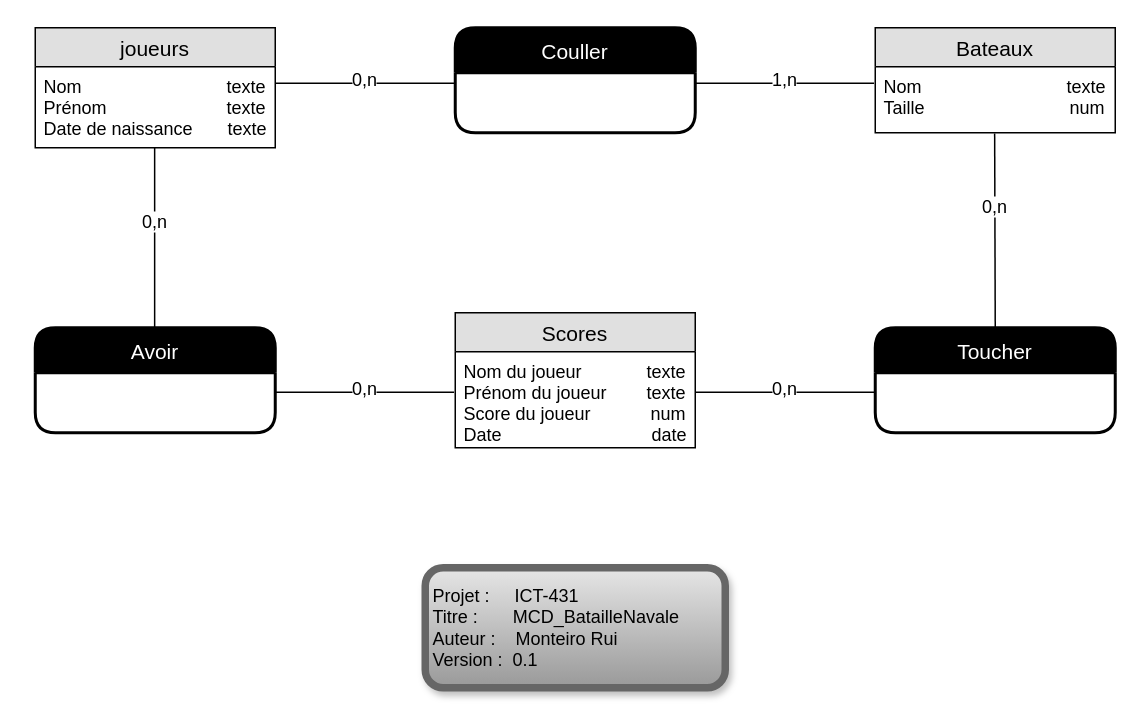
Before: Documentation/MCD_Bataille Navale.drawio in Ruimmp/BatailleNavale, a draw.io diagram. Source tidied: cells renumbered, new cells numbered last; positions are measured from the earlier drawing's top-left corner, leaving out a move shared by most shapes. Both pictures are drawn from the tidied source at 150%, with x=0, y=0 at pixel (34, 27).
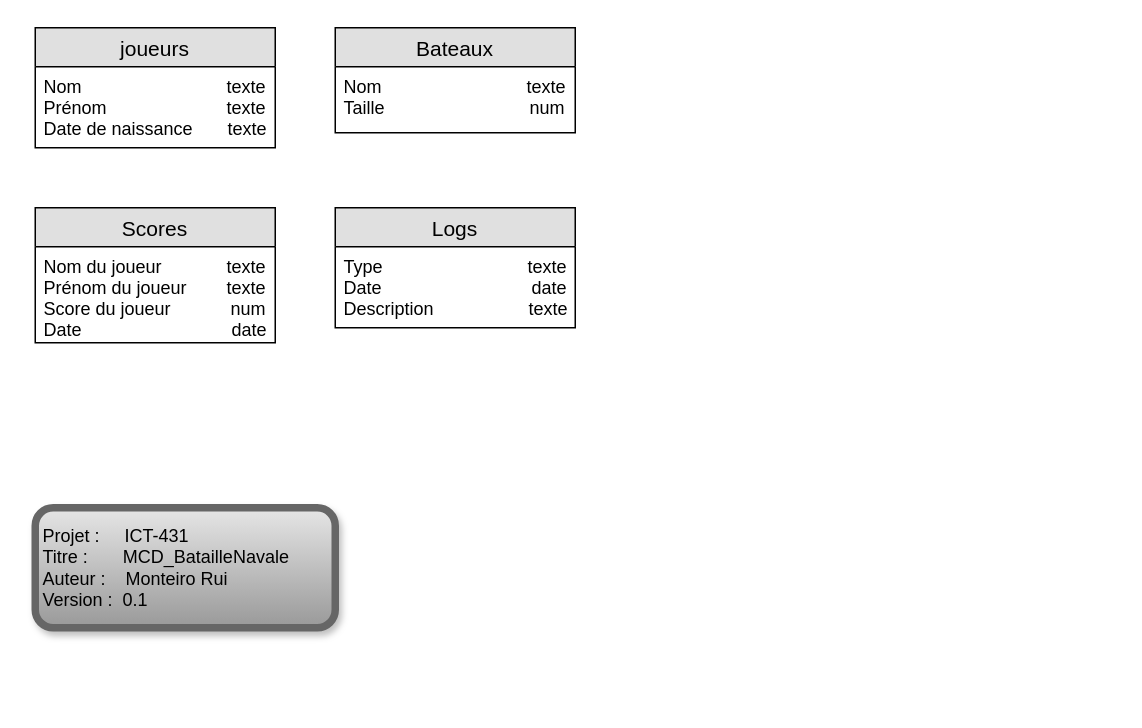
Above is the later version.

Unchanged cells that the change refers to:
```xml
<mxCell id="5" value="Nom du joueur             texte&#10;Prénom du joueur        texte&#10;Score du joueur            num&#10;Date                              date&#10;" style="text;strokeColor=none;fillColor=none;spacingLeft=4;spacingRight=4;overflow=hidden;points=[[0,0.5],[1,0.5]];portConstraint=eastwest;fontSize=12;" parent="4" vertex="1">
  <mxGeometry y="26" width="160" height="64" as="geometry" />
</mxCell>
```

The edit, as a diff of the source:
```diff
@@
     <mxCell id="4" value="Scores" style="swimlane;fontStyle=0;horizontal=1;startSize=26;fillColor=#e0e0e0;swimlaneFillColor=#ffffff;align=center;fontSize=14;fontColor=#000000;" parent="1" vertex="1">
-      <mxGeometry x="280" y="190" width="160" height="90" as="geometry" />
+      <mxGeometry y="120" width="160" height="90" as="geometry" />
     </mxCell>
@@
     <mxCell id="6" value="Bateaux" style="swimlane;fontStyle=0;horizontal=1;startSize=26;fillColor=#e0e0e0;swimlaneFillColor=#ffffff;align=center;fontSize=14;fontColor=#000000;" parent="1" vertex="1">
-      <mxGeometry x="560" width="160" height="70" as="geometry" />
+      <mxGeometry x="200" width="160" height="70" as="geometry" />
     </mxCell>
@@
     <mxCell id="8" value="&amp;nbsp;Projet :&amp;nbsp; &amp;nbsp; &amp;nbsp;ICT-431&lt;br&gt;&amp;nbsp;Titre :&amp;nbsp; &amp;nbsp; &amp;nbsp; &amp;nbsp;MCD_BatailleNavale&lt;br&gt;&amp;nbsp;Auteur :&amp;nbsp; &amp;nbsp; Monteiro Rui&lt;br&gt;&amp;nbsp;Version :&amp;nbsp; 0.1" style="whiteSpace=wrap;html=1;align=left;strokeColor=#666666;fillColor=#E6E6E6;gradientColor=#999999;strokeWidth=5;perimeterSpacing=0;rounded=1;shadow=1;sketch=0;glass=0;" parent="1" vertex="1">
-      <mxGeometry x="260" y="360" width="200" height="80" as="geometry" />
+      <mxGeometry y="320" width="200" height="80" as="geometry" />
     </mxCell>
-    <mxCell id="9" value="Avoir" style="swimlane;horizontal=1;startSize=30;fillColor=#000000;fontColor=#FFFFFF;rounded=1;fontSize=14;fontStyle=0;strokeWidth=2;shadow=0;dashed=0;align=center;" parent="1" vertex="1">
-      <mxGeometry y="200" width="160" height="70" as="geometry" />
-    </mxCell>
-    <mxCell id="10" style="endArrow=none;html=1;fontColor=#000000;entryX=-0.005;entryY=0.422;entryDx=0;entryDy=0;entryPerimeter=0;" parent="1" edge="1" target="5">
-      <mxGeometry relative="1" as="geometry">
-        <mxPoint x="160" y="243" as="sourcePoint" />
-      </mxGeometry>
-    </mxCell>
-    <mxCell id="11" value="&lt;span style=&quot;background-color: rgb(255 , 255 , 255)&quot;&gt;0,n&lt;/span&gt;" style="text;html=1;strokeColor=none;fillColor=none;align=center;verticalAlign=middle;whiteSpace=wrap;rounded=0;fontColor=#000000;" parent="1" vertex="1">
-      <mxGeometry x="200" y="231" width="40" height="20" as="geometry" />
-    </mxCell>
-    <mxCell id="12" value="Toucher" style="swimlane;horizontal=1;startSize=30;fillColor=#000000;fontColor=#FFFFFF;rounded=1;fontSize=14;fontStyle=0;strokeWidth=2;shadow=0;dashed=0;align=center;" parent="1" vertex="1">
-      <mxGeometry x="560" y="200" width="160" height="70" as="geometry" />
-    </mxCell>
-    <mxCell id="13" value="Couller" style="swimlane;horizontal=1;startSize=30;fillColor=#000000;fontColor=#FFFFFF;rounded=1;fontSize=14;fontStyle=0;strokeWidth=2;shadow=0;dashed=0;align=center;" parent="1" vertex="1">
-      <mxGeometry x="280" width="160" height="70" as="geometry" />
-    </mxCell>
-    <mxCell id="14" style="endArrow=none;html=1;fontColor=#000000;entryX=-0.005;entryY=0.422;entryDx=0;entryDy=0;entryPerimeter=0;" parent="1" edge="1">
-      <mxGeometry relative="1" as="geometry">
-        <mxPoint x="440" y="243" as="sourcePoint" />
-        <mxPoint x="559.2" y="243" as="targetPoint" />
-      </mxGeometry>
-    </mxCell>
-    <mxCell id="15" value="&lt;span style=&quot;background-color: rgb(255 , 255 , 255)&quot;&gt;0,n&lt;/span&gt;" style="text;html=1;strokeColor=none;fillColor=none;align=center;verticalAlign=middle;whiteSpace=wrap;rounded=0;fontColor=#000000;" parent="1" vertex="1">
-      <mxGeometry x="480" y="231" width="40" height="20" as="geometry" />
-    </mxCell>
-    <mxCell id="16" style="endArrow=none;html=1;fontColor=#000000;entryX=-0.005;entryY=0.422;entryDx=0;entryDy=0;entryPerimeter=0;" parent="1" edge="1">
-      <mxGeometry relative="1" as="geometry">
-        <mxPoint x="440" y="37" as="sourcePoint" />
-        <mxPoint x="559.2" y="37" as="targetPoint" />
-      </mxGeometry>
-    </mxCell>
-    <mxCell id="17" value="&lt;span style=&quot;background-color: rgb(255 , 255 , 255)&quot;&gt;1,n&lt;/span&gt;" style="text;html=1;strokeColor=none;fillColor=none;align=center;verticalAlign=middle;whiteSpace=wrap;rounded=0;fontColor=#000000;" parent="1" vertex="1">
-      <mxGeometry x="480" y="25" width="40" height="20" as="geometry" />
-    </mxCell>
-    <mxCell id="18" style="endArrow=none;html=1;fontColor=#000000;entryX=-0.005;entryY=0.422;entryDx=0;entryDy=0;entryPerimeter=0;" parent="1" edge="1">
-      <mxGeometry relative="1" as="geometry">
-        <mxPoint x="160" y="37" as="sourcePoint" />
-        <mxPoint x="279.2" y="37" as="targetPoint" />
-      </mxGeometry>
-    </mxCell>
-    <mxCell id="19" value="&lt;span style=&quot;background-color: rgb(255 , 255 , 255)&quot;&gt;0,n&lt;/span&gt;" style="text;html=1;strokeColor=none;fillColor=none;align=center;verticalAlign=middle;whiteSpace=wrap;rounded=0;fontColor=#000000;" parent="1" vertex="1">
-      <mxGeometry x="200" y="25" width="40" height="20" as="geometry" />
-    </mxCell>
-    <mxCell id="20" style="endArrow=none;html=1;fontColor=#000000;entryX=0.5;entryY=0;entryDx=0;entryDy=0;exitX=0.5;exitY=1.009;exitDx=0;exitDy=0;exitPerimeter=0;" parent="1" edge="1">
-      <mxGeometry relative="1" as="geometry">
-        <mxPoint x="79.6" y="80" as="sourcePoint" />
-        <mxPoint x="79.6" y="199.5" as="targetPoint" />
-      </mxGeometry>
-    </mxCell>
-    <mxCell id="21" value="&lt;span style=&quot;background-color: rgb(255 , 255 , 255)&quot;&gt;0,n&lt;/span&gt;" style="text;html=1;strokeColor=none;fillColor=none;align=center;verticalAlign=middle;whiteSpace=wrap;rounded=0;fontColor=#000000;" parent="1" vertex="1">
-      <mxGeometry x="60" y="119.5" width="40" height="20" as="geometry" />
-    </mxCell>
-    <mxCell id="22" style="endArrow=none;html=1;fontColor=#000000;entryX=0.5;entryY=0;entryDx=0;entryDy=0;exitX=0.5;exitY=1.009;exitDx=0;exitDy=0;exitPerimeter=0;" parent="1" edge="1" target="12">
-      <mxGeometry relative="1" as="geometry">
-        <mxPoint x="639.6" y="70.5" as="sourcePoint" />
-      </mxGeometry>
-    </mxCell>
-    <mxCell id="23" value="&lt;span style=&quot;background-color: rgb(255 , 255 , 255)&quot;&gt;0,n&lt;/span&gt;" style="text;html=1;strokeColor=none;fillColor=none;align=center;verticalAlign=middle;whiteSpace=wrap;rounded=0;fontColor=#000000;" parent="1" vertex="1">
-      <mxGeometry x="620" y="110" width="40" height="20" as="geometry" />
-    </mxCell>
+    <mxCell id="24" value="Logs" style="swimlane;fontStyle=0;horizontal=1;startSize=26;fillColor=#e0e0e0;swimlaneFillColor=#ffffff;align=center;fontSize=14;fontColor=#000000;" parent="1" vertex="1">
+      <mxGeometry x="200" y="120" width="160" height="80" as="geometry" />
+    </mxCell>
+    <mxCell id="25" value="Type                             texte&#10;Date                              date&#10;Description                   texte" style="text;strokeColor=none;fillColor=none;spacingLeft=4;spacingRight=4;overflow=hidden;fontSize=12;" parent="24" vertex="1">
+      <mxGeometry y="26" width="160" height="54" as="geometry" />
+    </mxCell>
```
